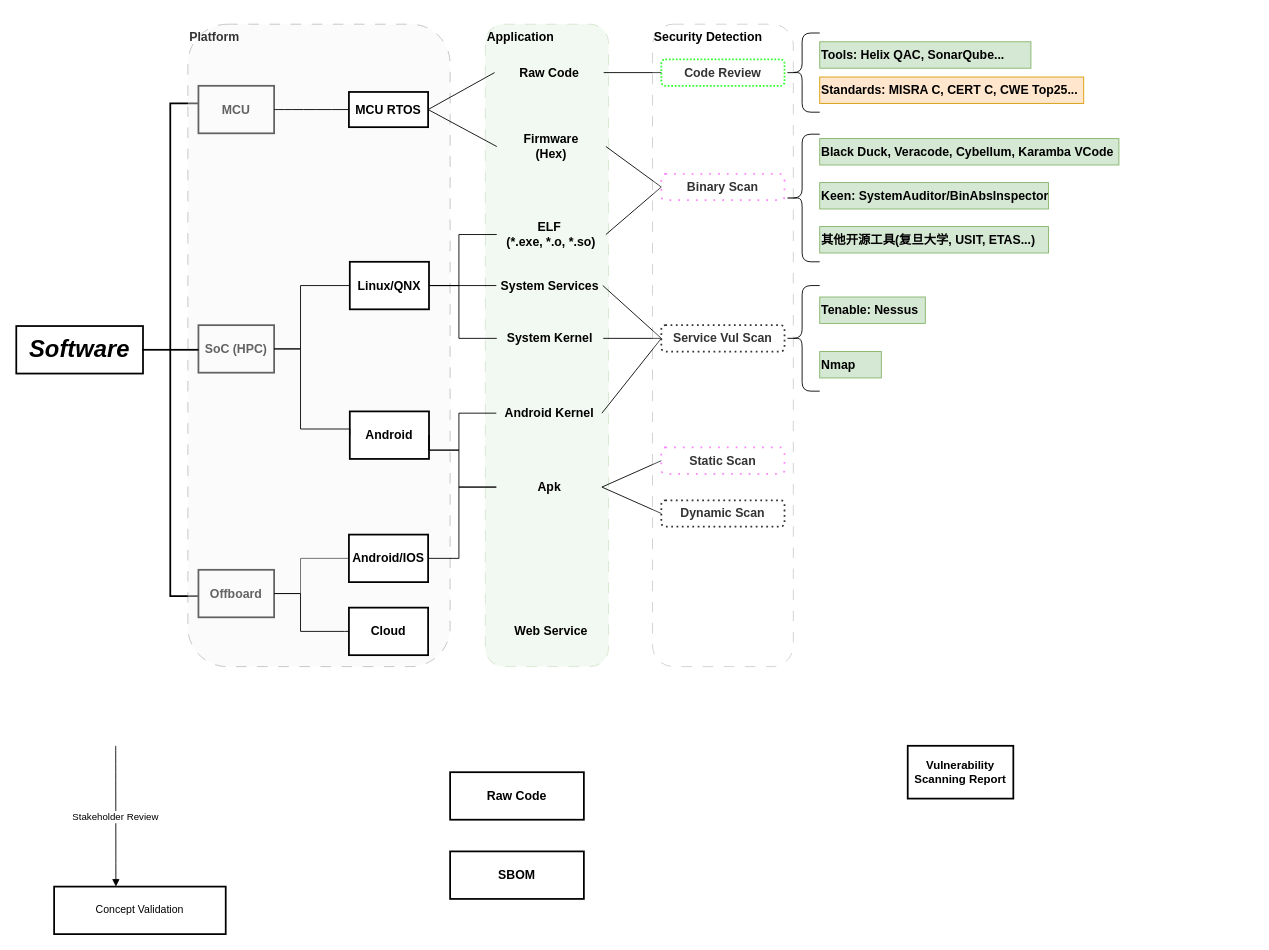
This is VulScan.drawio from karl-xing/drawio, a draw.io file, before an edit. Source tidied: cells renumbered, new cells numbered last; positions are measured from the earlier drawing's top-left corner, leaving out a move shared by most shapes. Both pictures are drawn from the tidied source at 88%, with x=0, y=0 at pixel (16, 24).
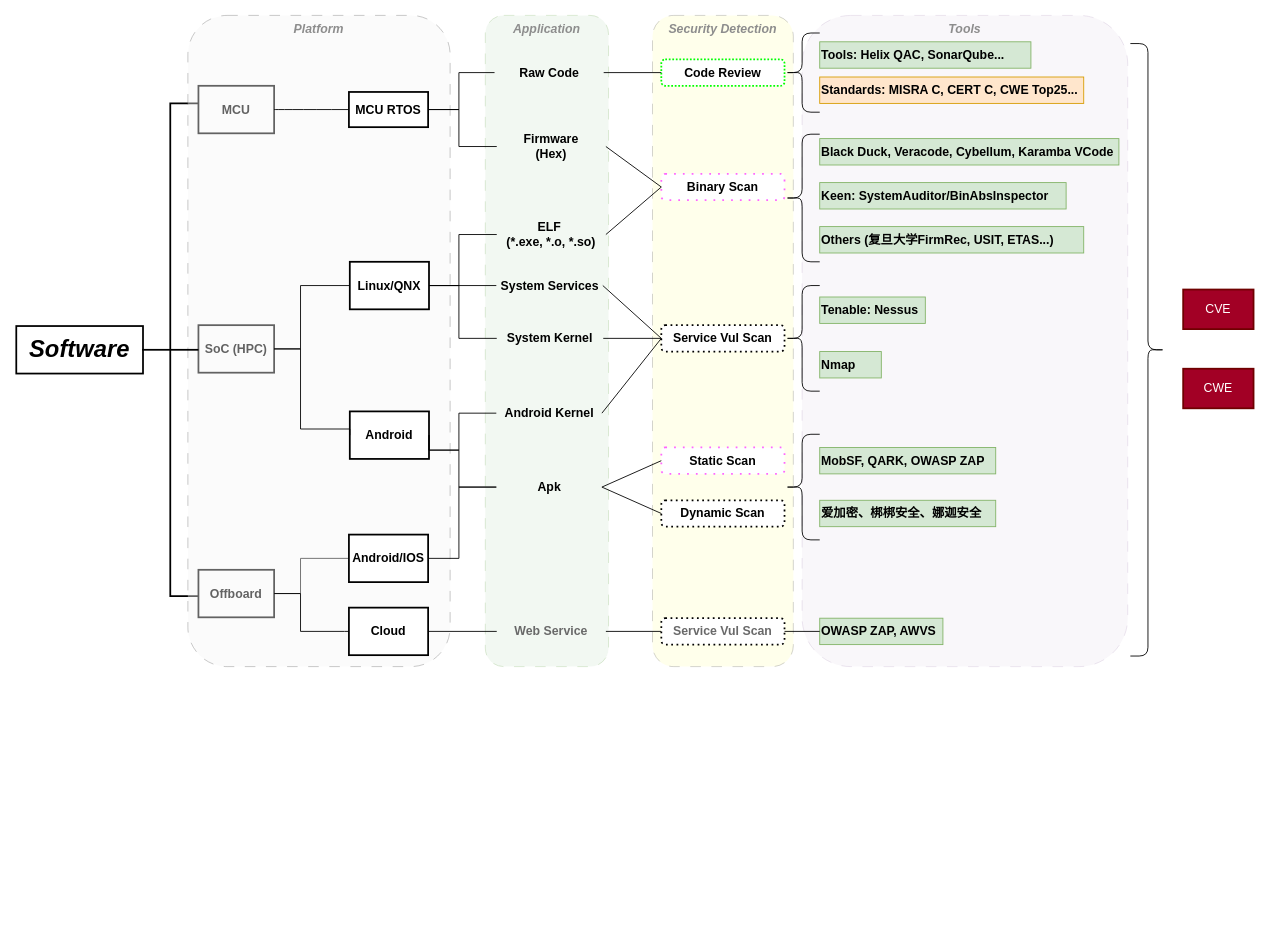
Above is the later version.

Unchanged cells that the change refers to:
```xml
<mxCell id="17" value="MCU RTOS" style="whiteSpace=wrap;strokeWidth=2;fontSize=14;fontStyle=1;" parent="1" vertex="1">
  <mxGeometry x="378" y="77" width="90" height="40" as="geometry" />
</mxCell>
<mxCell id="29" value="Cloud" style="whiteSpace=wrap;strokeWidth=2;fontSize=14;fontStyle=1;" parent="1" vertex="1">
  <mxGeometry x="378" y="663" width="90" height="54" as="geometry" />
</mxCell>
<mxCell id="39" value="Firmware&#10;(Hex)" style="whiteSpace=wrap;strokeWidth=2;fontSize=14;fontStyle=1;strokeColor=none;points=[[0,0,0,0,0],[0,0.5,0,0,0],[0,1,0,0,0],[0.25,0,0,0,0],[0.25,1,0,0,0],[0.5,0,0,0,0],[0.5,1,0,0,0],[0.75,0,0,0,0],[0.75,1,0,0,0],[1,0,0,0,0],[1,0.5,0,0,0],[1,1,0,0,0]];fillColor=none;" parent="1" vertex="1">
  <mxGeometry x="546" y="124" width="124" height="30" as="geometry" />
</mxCell>
<mxCell id="43" value="Raw Code" style="whiteSpace=wrap;strokeWidth=2;fontSize=14;fontStyle=1;strokeColor=none;points=[[0,0,0,0,0],[0,0.5,0,0,0],[0,1,0,0,0],[0.25,0,0,0,0],[0.25,1,0,0,0],[0.5,0,0,0,0],[0.5,1,0,0,0],[0.75,0,0,0,0],[0.75,1,0,0,0],[1,0,0,0,0],[1,0.5,0,0,0],[1,1,0,0,0]];fillColor=none;" parent="1" vertex="1">
  <mxGeometry x="543.5" y="40" width="124" height="30" as="geometry" />
</mxCell>
```

Diff of the diagram source:
```diff
@@
+    <mxCell id="67" value="Tools" style="whiteSpace=wrap;strokeWidth=1;fontSize=14;fontStyle=3;dashed=1;verticalAlign=top;align=center;dashPattern=12 12;perimeterSpacing=0;opacity=20;rounded=1;fillColor=#e1d5e7;strokeColor=#9673a6;fontColor=light-dark(#8d8d8d, #ededed);" parent="1" vertex="1">
+      <mxGeometry x="893" y="-10" width="370" height="740" as="geometry" />
+    </mxCell>
+    <mxCell id="66" value="Security Detection" style="whiteSpace=wrap;strokeWidth=1;fontSize=14;fontStyle=3;dashed=1;verticalAlign=top;align=center;dashPattern=12 12;perimeterSpacing=0;opacity=20;rounded=1;fontColor=light-dark(#8d8d8d, #ededed);fillColor=#FFFF99;" parent="1" vertex="1">
+      <mxGeometry x="723" y="-10" width="160" height="740" as="geometry" />
+    </mxCell>
-    <mxCell id="2" value="Application" style="whiteSpace=wrap;strokeWidth=1;fontSize=14;fontStyle=1;fillColor=#d5e8d4;dashed=1;verticalAlign=top;align=left;dashPattern=12 12;perimeterSpacing=0;opacity=30;rounded=1;strokeColor=#82b366;" parent="1" vertex="1">
-      <mxGeometry x="533" width="140" height="730" as="geometry" />
+    <mxCell id="2" value="Application" style="whiteSpace=wrap;strokeWidth=1;fontSize=14;fontStyle=3;fillColor=#d5e8d4;dashed=1;verticalAlign=top;align=center;dashPattern=12 12;perimeterSpacing=0;opacity=30;rounded=1;strokeColor=#82b366;fontColor=#8D8D8D;" parent="1" vertex="1">
+      <mxGeometry x="533" y="-10" width="140" height="740" as="geometry" />
     </mxCell>
@@
-    <mxCell id="4" value="Concept Validation" style="whiteSpace=wrap;strokeWidth=2;" parent="1" vertex="1">
-      <mxGeometry x="43" y="980" width="195" height="54" as="geometry" />
-    </mxCell>
-    <mxCell id="5" value="Stakeholder Review" style="curved=1;startArrow=none;endArrow=block;entryX=0.36;entryY=0;" parent="1" edge="1" target="4">
-      <mxGeometry relative="1" as="geometry">
-        <mxPoint x="113" y="820" as="sourcePoint" />
-      </mxGeometry>
-    </mxCell>
@@
-    <mxCell id="11" value="Vulnerability Scanning Report" style="whiteSpace=wrap;html=1;fontSize=13;strokeWidth=2;fontStyle=1;" parent="1" vertex="1">
-      <mxGeometry x="1013" y="820" width="120" height="60" as="geometry" />
+    <mxCell id="11" value="&lt;div style=&quot;font-size: 14px; font-weight: normal;&quot;&gt;&lt;p&gt;CVE&lt;/p&gt;&lt;/div&gt;&lt;span style=&quot;white-space-collapse: preserve;&quot;&gt;&lt;/span&gt;" style="whiteSpace=wrap;html=1;fontSize=13;strokeWidth=2;fontStyle=1;fontColor=#ffffff;fillColor=#a20025;strokeColor=#6F0000;" parent="1" vertex="1">
+      <mxGeometry x="1326" y="301.5" width="80" height="45" as="geometry" />
     </mxCell>
-    <mxCell id="12" value="SBOM" style="whiteSpace=wrap;strokeWidth=2;fontSize=14;fontStyle=1;" parent="1" vertex="1">
-      <mxGeometry x="493" y="940" width="152" height="54" as="geometry" />
-    </mxCell>
-    <mxCell id="13" value="Raw Code" style="whiteSpace=wrap;strokeWidth=2;fontSize=14;fontStyle=1;" parent="1" vertex="1">
-      <mxGeometry x="493" y="850" width="152" height="54" as="geometry" />
-    </mxCell>
-    <mxCell id="14" value="Platform" style="whiteSpace=wrap;strokeWidth=1;fontSize=14;fontStyle=1;fillColor=#f5f5f5;dashed=1;verticalAlign=top;align=left;dashPattern=12 12;fontColor=#333333;strokeColor=#666666;opacity=40;rounded=1;" parent="1" vertex="1">
-      <mxGeometry x="195" width="298" height="730" as="geometry" />
+    <mxCell id="14" value="Platform" style="whiteSpace=wrap;strokeWidth=1;fontSize=14;fontStyle=3;fillColor=#f5f5f5;dashed=1;verticalAlign=top;align=center;dashPattern=12 12;fontColor=light-dark(#8d8d8d, #c1c1c1);strokeColor=#666666;opacity=40;rounded=1;" parent="1" vertex="1">
+      <mxGeometry x="195" y="-10" width="298" height="740" as="geometry" />
     </mxCell>
@@
-    <mxCell id="26" style="endArrow=none;html=1;rounded=0;exitX=1;exitY=0.5;exitDx=0;exitDy=0;entryX=0;entryY=0.5;entryDx=0;entryDy=0;endFill=0;entryPerimeter=0;" parent="1" edge="1" source="17" target="39">
-      <mxGeometry relative="1" as="geometry" />
+    <mxCell id="26" style="endArrow=none;html=1;rounded=0;exitX=1;exitY=0.5;exitDx=0;exitDy=0;entryX=0;entryY=0.5;entryDx=0;entryDy=0;endFill=0;entryPerimeter=0;edgeStyle=orthogonalEdgeStyle;" parent="1" edge="1" source="17" target="39">
+      <mxGeometry relative="1" as="geometry">
+        <Array as="points">
+          <mxPoint x="503" y="97" />
+          <mxPoint x="503" y="139" />
+        </Array>
+      </mxGeometry>
     </mxCell>
@@
-    <mxCell id="44" style="endArrow=none;html=1;rounded=0;exitX=1;exitY=0.5;exitDx=0;exitDy=0;entryX=0;entryY=0.5;entryDx=0;entryDy=0;endFill=0;entryPerimeter=0;" parent="1" edge="1" source="17" target="43">
-      <mxGeometry relative="1" as="geometry" />
+    <mxCell id="44" style="endArrow=none;html=1;rounded=0;exitX=1;exitY=0.5;exitDx=0;exitDy=0;entryX=0;entryY=0.5;entryDx=0;entryDy=0;endFill=0;entryPerimeter=0;edgeStyle=orthogonalEdgeStyle;" parent="1" edge="1" source="17" target="43">
+      <mxGeometry relative="1" as="geometry">
+        <Array as="points">
+          <mxPoint x="503" y="97" />
+          <mxPoint x="503" y="55" />
+        </Array>
+      </mxGeometry>
     </mxCell>
@@
-    <mxCell id="52" value="Web Service" style="whiteSpace=wrap;strokeWidth=2;fontSize=14;fontStyle=1;strokeColor=none;points=[[0,0,0,0,0],[0,0.5,0,0,0],[0,1,0,0,0],[0.25,0,0,0,0],[0.25,1,0,0,0],[0.5,0,0,0,0],[0.5,1,0,0,0],[0.75,0,0,0,0],[0.75,1,0,0,0],[1,0,0,0,0],[1,0.5,0,0,0],[1,1,0,0,0]];fillColor=none;" parent="1" vertex="1">
-      <mxGeometry x="546" y="675" width="124" height="30" as="geometry" />
-    </mxCell>
@@
     <mxCell id="59" value="Keen: SystemAuditor/BinAbsInspector" style="whiteSpace=wrap;strokeWidth=1;fontSize=14;fontStyle=1;strokeColor=#82b366;align=left;fillColor=#d5e8d4;" parent="1" vertex="1">
-      <mxGeometry x="913" y="180" width="260" height="30" as="geometry" />
+      <mxGeometry x="913" y="180" width="280" height="30" as="geometry" />
     </mxCell>
-    <mxCell id="60" value="其他开源工具(复旦大学, USIT, ETAS...)" style="whiteSpace=wrap;strokeWidth=1;fontSize=14;fontStyle=1;strokeColor=#82b366;align=left;fillColor=#d5e8d4;" parent="1" vertex="1">
-      <mxGeometry x="913" y="230" width="260" height="30" as="geometry" />
+    <mxCell id="60" value="Others (复旦大学FirmRec, USIT, ETAS...)" style="whiteSpace=wrap;strokeWidth=1;fontSize=14;fontStyle=1;strokeColor=#82b366;align=left;fillColor=#d5e8d4;" parent="1" vertex="1">
+      <mxGeometry x="913" y="230" width="300" height="30" as="geometry" />
     </mxCell>
@@
-    <mxCell id="66" value="Security Detection" style="whiteSpace=wrap;strokeWidth=1;fontSize=14;fontStyle=1;dashed=1;verticalAlign=top;align=left;dashPattern=12 12;perimeterSpacing=0;opacity=20;rounded=1;" parent="1" vertex="1">
-      <mxGeometry x="723" width="160" height="730" as="geometry" />
-    </mxCell>
+    <mxCell id="68" value="MobSF, QARK, OWASP ZAP" style="whiteSpace=wrap;strokeWidth=1;fontSize=14;fontStyle=1;strokeColor=#82b366;align=left;fillColor=#d5e8d4;" parent="1" vertex="1">
+      <mxGeometry x="913" y="481" width="200" height="30" as="geometry" />
+    </mxCell>
+    <mxCell id="69" value="爱加密、梆梆安全、娜迦安全" style="whiteSpace=wrap;strokeWidth=1;fontSize=14;fontStyle=1;strokeColor=#82b366;align=left;fillColor=#d5e8d4;" parent="1" vertex="1">
+      <mxGeometry x="913" y="541" width="200" height="30" as="geometry" />
+    </mxCell>
+    <mxCell id="70" style="shape=curlyBracket;whiteSpace=wrap;html=1;rounded=1;labelPosition=left;verticalLabelPosition=middle;align=right;verticalAlign=middle;" parent="1" vertex="1">
+      <mxGeometry x="873" y="466" width="40" height="120" as="geometry" />
+    </mxCell>
+    <mxCell id="71" value="OWASP ZAP, AWVS" style="whiteSpace=wrap;strokeWidth=1;fontSize=14;fontStyle=1;strokeColor=#82b366;points=[[0,0,0,0,0],[0,0.5,0,0,0],[0,1,0,0,0],[0.25,0,0,0,0],[0.25,1,0,0,0],[0.5,0,0,0,0],[0.5,1,0,0,0],[0.75,0,0,0,0],[0.75,1,0,0,0],[1,0,0,0,0],[1,0.5,0,0,0],[1,1,0,0,0]];align=left;fillColor=#d5e8d4;" parent="1" vertex="1">
+      <mxGeometry x="913" y="675" width="140" height="30" as="geometry" />
+    </mxCell>
+    <mxCell id="72" style="endArrow=none;html=1;rounded=0;exitX=1;exitY=0.5;exitDx=0;exitDy=0;exitPerimeter=0;entryX=0;entryY=0.5;entryDx=0;entryDy=0;entryPerimeter=0;fontColor=default;" parent="1" edge="1" source="52" target="73">
+      <mxGeometry relative="1" as="geometry" />
+    </mxCell>
+    <mxCell id="73" value="Service Vul Scan" style="whiteSpace=wrap;strokeWidth=2;fontSize=14;fontStyle=1;strokeColor=default;points=[[0,0,0,0,0],[0,0.5,0,0,0],[0,1,0,0,0],[0.25,0,0,0,0],[0.25,1,0,0,0],[0.5,0,0,0,0],[0.5,1,0,0,0],[0.75,0,0,0,0],[0.75,1,0,0,0],[1,0,0,0,0],[1,0.5,0,0,0],[1,1,0,0,0]];dashed=1;dashPattern=1 2;rounded=1;fontColor=light-dark(#696969, #ededed);" parent="1" vertex="1">
+      <mxGeometry x="733" y="675" width="140" height="30" as="geometry" />
+    </mxCell>
+    <mxCell id="52" value="Web Service" style="whiteSpace=wrap;strokeWidth=2;fontSize=14;fontStyle=1;strokeColor=none;points=[[0,0,0,0,0],[0,0.5,0,0,0],[0,1,0,0,0],[0.25,0,0,0,0],[0.25,1,0,0,0],[0.5,0,0,0,0],[0.5,1,0,0,0],[0.75,0,0,0,0],[0.75,1,0,0,0],[1,0,0,0,0],[1,0.5,0,0,0],[1,1,0,0,0]];fillColor=none;fontColor=light-dark(#696969, #ededed);" parent="1" vertex="1">
+      <mxGeometry x="546" y="675" width="124" height="30" as="geometry" />
+    </mxCell>
+    <mxCell id="74" style="endArrow=none;html=1;rounded=0;exitX=1;exitY=0.5;exitDx=0;exitDy=0;exitPerimeter=0;entryX=0;entryY=0.5;entryDx=0;entryDy=0;entryPerimeter=0;fontColor=default;" parent="1" edge="1" source="73" target="71">
+      <mxGeometry relative="1" as="geometry" />
+    </mxCell>
+    <mxCell id="75" value="&lt;div style=&quot;font-size: 14px; font-weight: normal;&quot;&gt;&lt;p&gt;CWE&lt;/p&gt;&lt;/div&gt;&lt;span style=&quot;white-space-collapse: preserve;&quot;&gt;&lt;/span&gt;" style="whiteSpace=wrap;html=1;fontSize=13;strokeWidth=2;fontStyle=1;fontColor=#ffffff;fillColor=#a20025;strokeColor=#6F0000;" parent="1" vertex="1">
+      <mxGeometry x="1326" y="391.5" width="80" height="45" as="geometry" />
+    </mxCell>
+    <mxCell id="76" style="shape=curlyBracket;whiteSpace=wrap;html=1;rounded=1;flipH=1;labelPosition=right;verticalLabelPosition=middle;align=left;verticalAlign=middle;" parent="1" vertex="1">
+      <mxGeometry x="1266" y="22" width="40" height="696" as="geometry" />
+    </mxCell>
+    <mxCell id="77" style="endArrow=none;html=1;rounded=0;exitX=1;exitY=0.5;exitDx=0;exitDy=0;entryX=0;entryY=0.5;entryDx=0;entryDy=0;entryPerimeter=0;fontColor=default;" parent="1" edge="1" source="29" target="52">
+      <mxGeometry relative="1" as="geometry" />
+    </mxCell>
```
